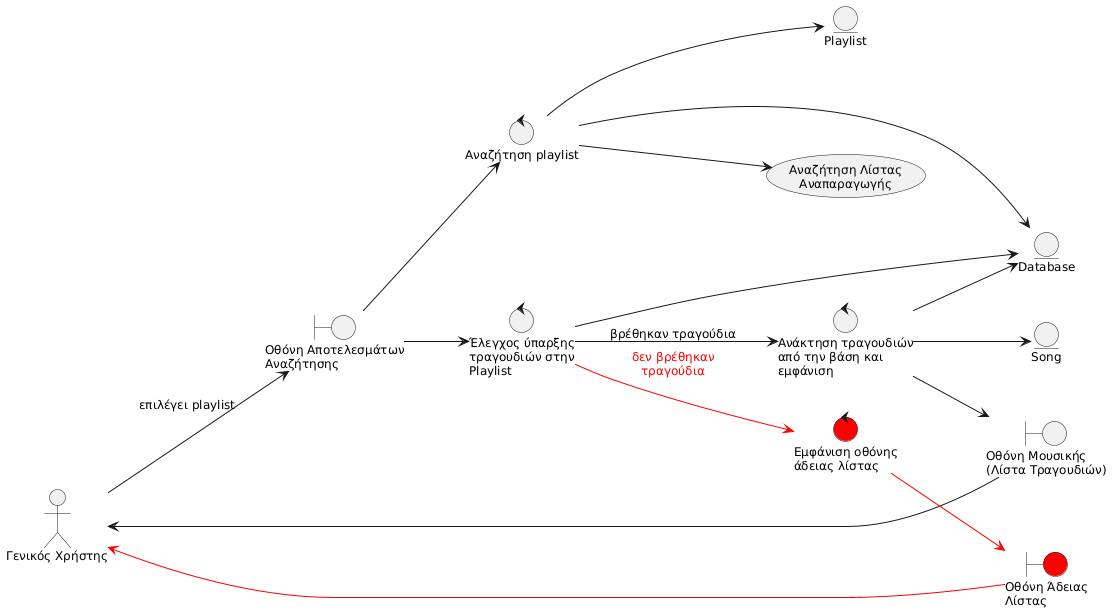
Earlier version of the PlantUML export Paradoteo_4/Robustness-diagrams-v0.3/2. Select Playlist from Search.png (RubenKingCP/Tunix).
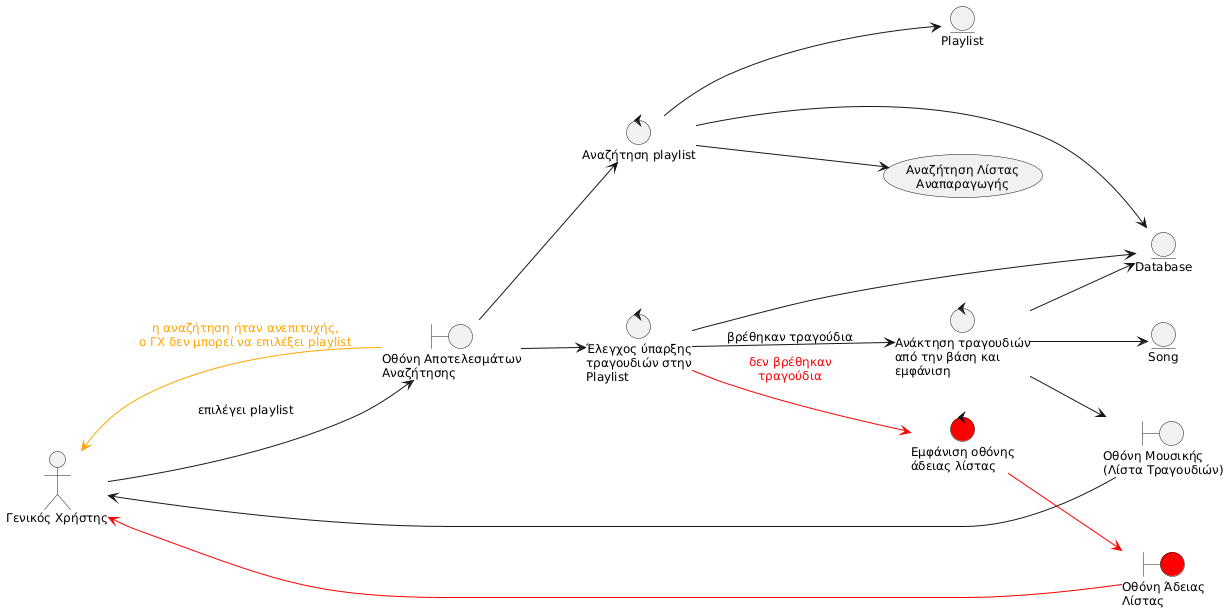
After the commit.

Diff of the diagram source:
```diff
@@ -35,4 +35,5 @@
 C_SG -[#red]-> C_EM : <font color="red">δεν βρέθηκαν</font>\n<font color="red">τραγούδια</font>
 C_EM -[#red]-> B_EMPTY
 B_EMPTY -[#red]-> GX
+B_SRC -[#orange]->GX : <font color="orange">η αναζήτηση ήταν ανεπιτυχής,</font>\n<font color="orange">ο ΓΧ δεν μπορεί να επιλέξει playlist</font>
 @enduml
```
